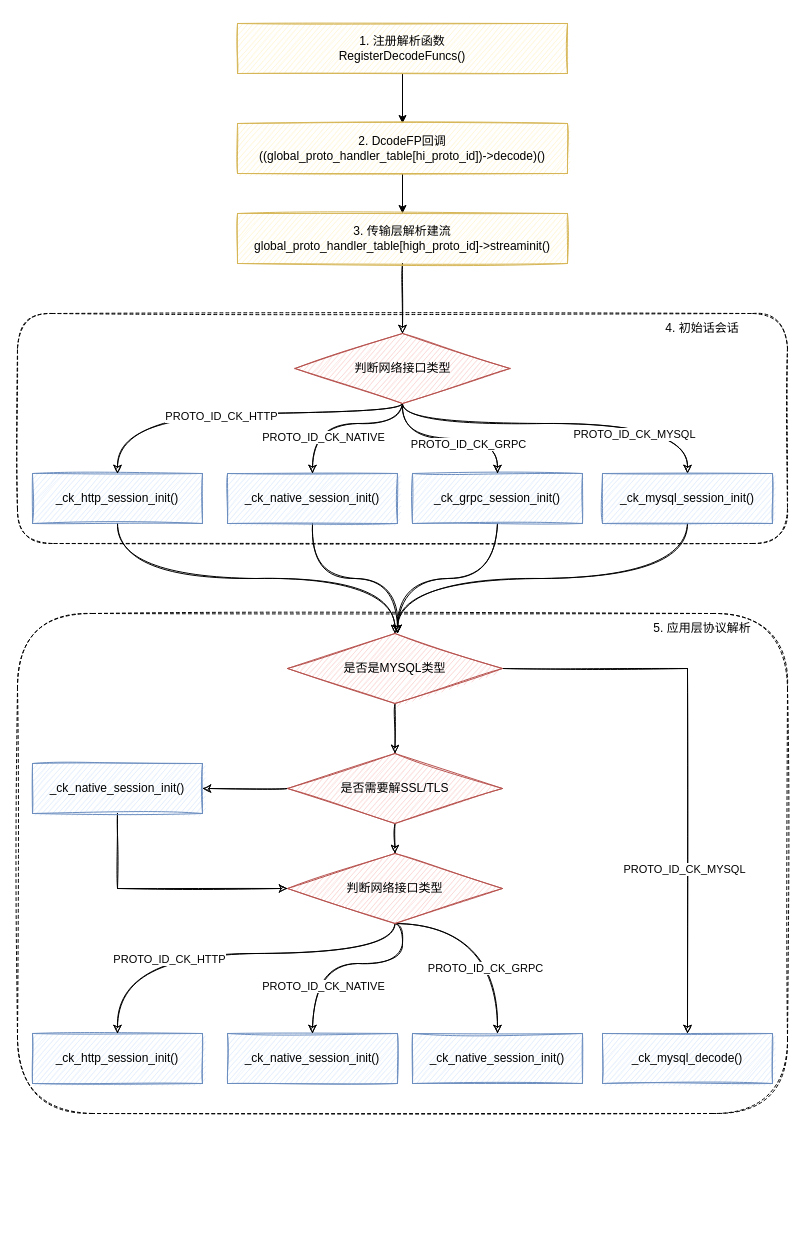
The draw.io diagram ck parse progess.drawio in leonce28/draw-io-img, before the edit. Source tidied: cells renumbered, new cells numbered last; positions are measured from the earlier drawing's top-left corner, leaving out a move shared by most shapes. Both pictures are drawn from the tidied source at 100%, with x=0, y=0 at pixel (17, 23).
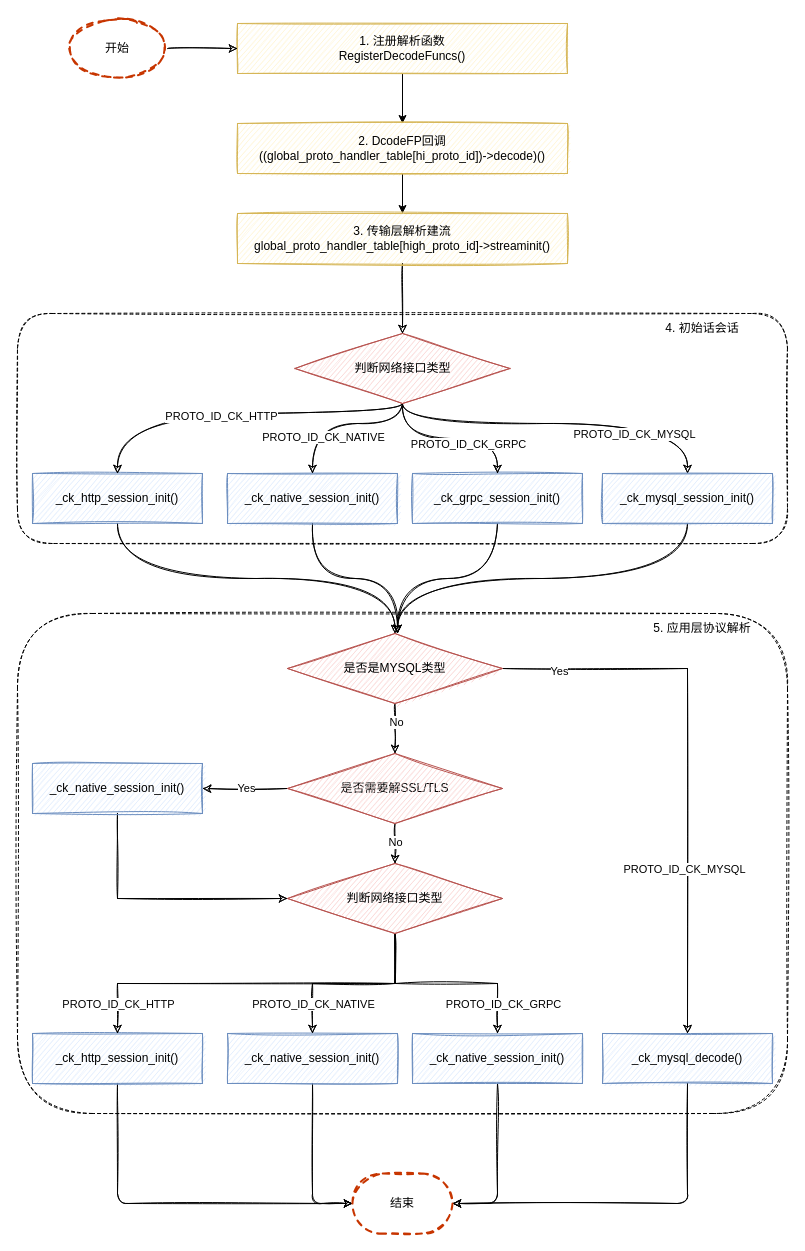
After the change.

The change refers to these unchanged cells:
```xml
<mxCell id="5" value="1. 注册解析函数&lt;br&gt;RegisterDecodeFuncs()" style="rounded=0;whiteSpace=wrap;html=1;fillStyle=auto;fillColor=#fff2cc;gradientDirection=north;sketch=1;strokeColor=#d6b656;" parent="1" vertex="1">
  <mxGeometry x="220" width="330" height="50" as="geometry" />
</mxCell>
<mxCell id="29" value="_ck_native_session_init()" style="rounded=0;whiteSpace=wrap;html=1;fillStyle=auto;fillColor=#dae8fc;gradientDirection=north;sketch=1;strokeColor=#6c8ebf;" parent="1" vertex="1">
  <mxGeometry x="210" y="1010" width="170" height="50" as="geometry" />
</mxCell>
<mxCell id="30" value="_ck_http_session_init()" style="rounded=0;whiteSpace=wrap;html=1;fillStyle=auto;fillColor=#dae8fc;gradientDirection=north;sketch=1;strokeColor=#6c8ebf;" parent="1" vertex="1">
  <mxGeometry x="15" y="1010" width="170" height="50" as="geometry" />
</mxCell>
<mxCell id="31" value="_ck_native_session_init()" style="rounded=0;whiteSpace=wrap;html=1;fillStyle=auto;fillColor=#dae8fc;gradientDirection=north;sketch=1;strokeColor=#6c8ebf;" parent="1" vertex="1">
  <mxGeometry x="395" y="1010" width="170" height="50" as="geometry" />
</mxCell>
<mxCell id="40" value="_ck_mysql_decode()" style="rounded=0;whiteSpace=wrap;html=1;fillStyle=auto;fillColor=#dae8fc;gradientDirection=north;sketch=1;strokeColor=#6c8ebf;" parent="1" vertex="1">
  <mxGeometry x="585" y="1010" width="170" height="50" as="geometry" />
</mxCell>
<mxCell id="42" style="edgeStyle=orthogonalEdgeStyle;sketch=1;jettySize=auto;html=1;exitX=1;exitY=0.5;exitDx=0;exitDy=0;entryX=0.5;entryY=0;entryDx=0;entryDy=0;fontColor=#000000;rounded=0;labelBorderColor=none;fillColor=#d5e8d4;strokeColor=#000000;" parent="1" edge="1" source="45" target="40">
  <mxGeometry relative="1" as="geometry" />
</mxCell>
<mxCell id="45" style="rhombus;whiteSpace=wrap;html=1;fillStyle=auto;strokeColor=#b85450;fillColor=#f8cecc;sketch=1;labelBorderColor=#19750F;" parent="1" vertex="1">
  <mxGeometry x="270" y="610" width="215" height="70" as="geometry" />
</mxCell>
<mxCell id="48" value="_ck_native_session_init()" style="rounded=0;whiteSpace=wrap;html=1;fillStyle=auto;fillColor=#dae8fc;gradientDirection=north;sketch=1;strokeColor=#6c8ebf;" parent="1" vertex="1">
  <mxGeometry x="15" y="740" width="170" height="50" as="geometry" />
</mxCell>
<mxCell id="51" style="rhombus;whiteSpace=wrap;html=1;fillStyle=auto;strokeColor=#b85450;fillColor=#f8cecc;sketch=1;labelBorderColor=#19750F;" parent="1" vertex="1">
  <mxGeometry x="270" y="730" width="215" height="70" as="geometry" />
</mxCell>
```

The edit, as a diff of the source:
```diff
@@
+    <mxCell id="53" style="edgeStyle=orthogonalEdgeStyle;sketch=1;jettySize=auto;html=1;exitX=0.5;exitY=1;exitDx=0;exitDy=0;entryX=0;entryY=0.5;entryDx=0;entryDy=0;entryPerimeter=0;labelBorderColor=none;fontColor=#000000;strokeColor=#000000;rounded=1;" parent="1" edge="1" source="29" target="63">
+      <mxGeometry relative="1" as="geometry" />
+    </mxCell>
@@
+    <mxCell id="54" style="edgeStyle=orthogonalEdgeStyle;sketch=1;jettySize=auto;html=1;exitX=0.5;exitY=1;exitDx=0;exitDy=0;entryX=0;entryY=0.5;entryDx=0;entryDy=0;entryPerimeter=0;labelBorderColor=none;fontColor=#000000;strokeColor=#000000;rounded=1;" parent="1" edge="1" source="30" target="63">
+      <mxGeometry relative="1" as="geometry" />
+    </mxCell>
@@
+    <mxCell id="55" style="edgeStyle=orthogonalEdgeStyle;sketch=1;jettySize=auto;html=1;exitX=0.5;exitY=1;exitDx=0;exitDy=0;entryX=1;entryY=0.5;entryDx=0;entryDy=0;entryPerimeter=0;labelBorderColor=none;fontColor=#000000;strokeColor=#000000;rounded=1;" parent="1" edge="1" source="31" target="63">
+      <mxGeometry relative="1" as="geometry" />
+    </mxCell>
@@
+    <mxCell id="36" style="edgeStyle=orthogonalEdgeStyle;sketch=1;jettySize=auto;html=1;exitX=0.5;exitY=1;exitDx=0;exitDy=0;entryX=0.5;entryY=0;entryDx=0;entryDy=0;fontColor=#19750F;labelBorderColor=#19750F;fillColor=#d5e8d4;strokeColor=#000000;rounded=0;" parent="1" edge="1" source="38" target="30">
+      <mxGeometry relative="1" as="geometry">
+        <Array as="points">
+          <mxPoint x="378" y="960" />
+          <mxPoint x="100" y="960" />
+        </Array>
+      </mxGeometry>
+    </mxCell>
+    <mxCell id="37" value="PROTO_ID_CK_HTTP" style="edgeLabel;html=1;align=center;verticalAlign=middle;fontColor=#000000;labelBorderColor=none;" parent="36" vertex="1">
+      <mxGeometry x="0.32" y="5" relative="1" as="geometry">
+        <mxPoint x="-78" y="15" as="offset" />
+      </mxGeometry>
+    </mxCell>
+    <mxCell id="34" style="edgeStyle=orthogonalEdgeStyle;rounded=0;sketch=1;jettySize=auto;html=1;exitX=0.5;exitY=1;exitDx=0;exitDy=0;entryX=0.5;entryY=0;entryDx=0;entryDy=0;labelBorderColor=none;fontColor=#000000;strokeColor=#000000;" parent="1" edge="1" source="38" target="31">
+      <mxGeometry relative="1" as="geometry" />
+    </mxCell>
+    <mxCell id="35" value="PROTO_ID_CK_GRPC" style="edgeLabel;html=1;align=center;verticalAlign=middle;fontColor=#000000;" parent="34" vertex="1">
+      <mxGeometry x="0.14" y="-4" relative="1" as="geometry">
+        <mxPoint x="43" y="16" as="offset" />
+      </mxGeometry>
+    </mxCell>
-    <mxCell id="32" style="edgeStyle=orthogonalEdgeStyle;jettySize=auto;html=1;exitX=0.5;exitY=1;exitDx=0;exitDy=0;entryX=0.5;entryY=0;entryDx=0;entryDy=0;sketch=1;fillColor=#d5e8d4;strokeColor=#000000;curved=1;fontColor=#19750F;labelBorderColor=#19750F;" parent="1" edge="1" source="38" target="29">
-      <mxGeometry relative="1" as="geometry">
-        <Array as="points">
-          <mxPoint x="385" y="900" />
-          <mxPoint x="385" y="940" />
-          <mxPoint x="295" y="940" />
-        </Array>
-      </mxGeometry>
+    <mxCell id="32" style="edgeStyle=orthogonalEdgeStyle;rounded=0;sketch=1;jettySize=auto;html=1;exitX=0.5;exitY=1;exitDx=0;exitDy=0;entryX=0.5;entryY=0;entryDx=0;entryDy=0;labelBorderColor=none;fontColor=#000000;strokeColor=#000000;" parent="1" edge="1" source="38" target="29">
+      <mxGeometry relative="1" as="geometry" />
     </mxCell>
-    <mxCell id="33" value="PROTO_ID_CK_NATIVE" style="edgeLabel;html=1;align=center;verticalAlign=middle;fontColor=#000000;labelBorderColor=none;" parent="32" vertex="1">
-      <mxGeometry x="0.54" y="10" relative="1" as="geometry" />
+    <mxCell id="33" value="PROTO_ID_CK_NATIVE" style="edgeLabel;html=1;align=center;verticalAlign=middle;fontColor=#000000;" parent="32" vertex="1">
+      <mxGeometry x="0.37" relative="1" as="geometry">
+        <mxPoint x="-7" y="20" as="offset" />
+      </mxGeometry>
     </mxCell>
-    <mxCell id="34" style="edgeStyle=orthogonalEdgeStyle;jettySize=auto;html=1;exitX=0.5;exitY=1;exitDx=0;exitDy=0;entryX=0.5;entryY=0;entryDx=0;entryDy=0;sketch=1;fillColor=#d5e8d4;strokeColor=#000000;curved=1;fontColor=#19750F;labelBorderColor=#19750F;" parent="1" edge="1" source="38" target="31">
-      <mxGeometry relative="1" as="geometry">
-        <Array as="points">
-          <mxPoint x="480" y="900" />
-        </Array>
-      </mxGeometry>
-    </mxCell>
-    <mxCell id="35" value="PROTO_ID_CK_GRPC" style="edgeLabel;html=1;align=center;verticalAlign=middle;fontColor=#000000;labelBorderColor=none;" parent="34" vertex="1">
-      <mxGeometry x="0.37" y="-13" relative="1" as="geometry">
-        <mxPoint y="1" as="offset" />
-      </mxGeometry>
-    </mxCell>
-    <mxCell id="36" style="edgeStyle=orthogonalEdgeStyle;sketch=1;jettySize=auto;html=1;exitX=0.5;exitY=1;exitDx=0;exitDy=0;entryX=0.5;entryY=0;entryDx=0;entryDy=0;fontColor=#19750F;curved=1;labelBorderColor=#19750F;fillColor=#d5e8d4;strokeColor=#000000;" parent="1" edge="1" source="38" target="30">
-      <mxGeometry relative="1" as="geometry">
-        <Array as="points">
-          <mxPoint x="378" y="930" />
-          <mxPoint x="100" y="930" />
-        </Array>
-      </mxGeometry>
-    </mxCell>
-    <mxCell id="37" value="PROTO_ID_CK_HTTP" style="edgeLabel;html=1;align=center;verticalAlign=middle;fontColor=#000000;labelBorderColor=none;" parent="36" vertex="1">
-      <mxGeometry x="0.32" y="5" relative="1" as="geometry" />
-    </mxCell>
     <mxCell id="38" style="rhombus;whiteSpace=wrap;html=1;fillStyle=auto;strokeColor=#b85450;fillColor=#f8cecc;sketch=1;labelBorderColor=#19750F;" parent="1" vertex="1">
-      <mxGeometry x="270" y="830" width="215" height="70" as="geometry" />
+      <mxGeometry x="270" y="840" width="215" height="70" as="geometry" />
     </mxCell>
     <mxCell id="39" value="判断网络接口类型" style="text;html=1;strokeColor=none;fillColor=none;align=center;verticalAlign=middle;whiteSpace=wrap;rounded=0;fillStyle=auto;sketch=1;labelBorderColor=none;" parent="1" vertex="1">
-      <mxGeometry x="321.2" y="850" width="112.5" height="30" as="geometry" />
+      <mxGeometry x="321.2" y="860" width="112.5" height="30" as="geometry" />
     </mxCell>
+    <mxCell id="56" style="edgeStyle=orthogonalEdgeStyle;sketch=1;jettySize=auto;html=1;exitX=0.5;exitY=1;exitDx=0;exitDy=0;entryX=1;entryY=0.5;entryDx=0;entryDy=0;entryPerimeter=0;labelBorderColor=none;fontColor=#000000;strokeColor=#000000;rounded=1;" parent="1" edge="1" source="40" target="63">
+      <mxGeometry relative="1" as="geometry" />
+    </mxCell>
@@
+    <mxCell id="57" value="Yes" style="edgeLabel;html=1;align=center;verticalAlign=middle;fontColor=#000000;" parent="42" vertex="1">
+      <mxGeometry x="-0.8" y="-1" relative="1" as="geometry">
+        <mxPoint x="1" y="1" as="offset" />
+      </mxGeometry>
+    </mxCell>
-    <mxCell id="44" style="edgeStyle=orthogonalEdgeStyle;sketch=1;jettySize=auto;html=1;exitX=0.5;exitY=1;exitDx=0;exitDy=0;fontColor=#19750F;rounded=0;labelBorderColor=#19750F;fillColor=#d5e8d4;strokeColor=#000000;" parent="1" edge="1" source="45" target="51">
-      <mxGeometry relative="1" as="geometry" />
+    <mxCell id="44" style="edgeStyle=orthogonalEdgeStyle;sketch=1;jettySize=auto;html=1;exitX=0.5;exitY=1;exitDx=0;exitDy=0;fontColor=#19750F;rounded=0;labelBorderColor=#19750F;fillColor=#d5e8d4;strokeColor=#000000;" parent="1" edge="1" source="45">
+      <mxGeometry relative="1" as="geometry">
+        <mxPoint x="377.5" y="730" as="targetPoint" />
+      </mxGeometry>
     </mxCell>
+    <mxCell id="58" value="No" style="edgeLabel;html=1;align=center;verticalAlign=middle;fontColor=#000000;" parent="44" vertex="1">
+      <mxGeometry x="-0.3" y="1" relative="1" as="geometry" />
+    </mxCell>
@@
-    <mxCell id="49" style="edgeStyle=orthogonalEdgeStyle;curved=1;sketch=1;jettySize=auto;html=1;exitX=0;exitY=0.5;exitDx=0;exitDy=0;fontColor=#19750F;labelBorderColor=#19750F;fillColor=#d5e8d4;strokeColor=#000000;" parent="1" edge="1" source="51" target="48">
-      <mxGeometry relative="1" as="geometry" />
+    <mxCell id="49" style="edgeStyle=orthogonalEdgeStyle;curved=1;sketch=1;jettySize=auto;html=1;exitX=0;exitY=0.5;exitDx=0;exitDy=0;fontColor=#19750F;labelBorderColor=#19750F;fillColor=#d5e8d4;strokeColor=#000000;" parent="1" edge="1" target="48">
+      <mxGeometry relative="1" as="geometry">
+        <mxPoint x="270" y="765" as="sourcePoint" />
+      </mxGeometry>
     </mxCell>
+    <mxCell id="59" value="Yes" style="edgeLabel;html=1;align=center;verticalAlign=middle;fontColor=#000000;" parent="49" vertex="1">
+      <mxGeometry x="-0.02" y="-1" relative="1" as="geometry">
+        <mxPoint x="1" as="offset" />
+      </mxGeometry>
+    </mxCell>
-    <mxCell id="50" style="edgeStyle=orthogonalEdgeStyle;sketch=1;jettySize=auto;html=1;exitX=0.5;exitY=1;exitDx=0;exitDy=0;entryX=0.5;entryY=0;entryDx=0;entryDy=0;fontColor=#19750F;rounded=0;labelBorderColor=#19750F;fillColor=#d5e8d4;strokeColor=#000000;" parent="1" edge="1" source="51" target="38">
-      <mxGeometry relative="1" as="geometry" />
+    <mxCell id="50" style="edgeStyle=orthogonalEdgeStyle;sketch=1;jettySize=auto;html=1;exitX=0.5;exitY=1;exitDx=0;exitDy=0;entryX=0.5;entryY=0;entryDx=0;entryDy=0;fontColor=#19750F;rounded=0;labelBorderColor=#19750F;fillColor=#d5e8d4;strokeColor=#000000;" parent="1" edge="1" target="38">
+      <mxGeometry relative="1" as="geometry">
+        <mxPoint x="377.5" y="800" as="sourcePoint" />
+      </mxGeometry>
     </mxCell>
+    <mxCell id="60" value="No" style="edgeLabel;html=1;align=center;verticalAlign=middle;fontColor=#000000;" parent="50" vertex="1">
+      <mxGeometry x="-0.07" relative="1" as="geometry" />
+    </mxCell>
+    <mxCell id="52" value="是否需要解SSL/TLS" style="text;html=1;strokeColor=none;fillColor=none;align=center;verticalAlign=middle;whiteSpace=wrap;rounded=0;shadow=0;glass=0;dashed=1;sketch=1;fillStyle=auto;labelBorderColor=none;" parent="1" vertex="1">
+      <mxGeometry x="321.2" y="750" width="112.5" height="30" as="geometry" />
+    </mxCell>
+    <mxCell id="61" style="edgeStyle=orthogonalEdgeStyle;curved=1;sketch=1;jettySize=auto;html=1;exitX=1;exitY=0.5;exitDx=0;exitDy=0;exitPerimeter=0;labelBorderColor=none;fontColor=#000000;strokeColor=#000000;" parent="1" edge="1" source="62" target="5">
+      <mxGeometry relative="1" as="geometry" />
+    </mxCell>
+    <mxCell id="62" value="开始" style="strokeWidth=2;html=1;shape=mxgraph.flowchart.start_1;whiteSpace=wrap;rounded=1;shadow=0;glass=0;dashed=1;labelBorderColor=none;sketch=1;fillStyle=auto;fontColor=#000000;fillColor=none;strokeColor=#C73500;gradientColor=none;gradientDirection=radial;" parent="1" vertex="1">
+      <mxGeometry x="50" y="-5" width="100" height="60" as="geometry" />
+    </mxCell>
+    <mxCell id="63" value="结束" style="strokeWidth=2;html=1;shape=mxgraph.flowchart.terminator;whiteSpace=wrap;rounded=1;shadow=0;glass=0;dashed=1;labelBorderColor=none;sketch=1;fillStyle=auto;fillColor=none;strokeColor=#C73500;fontColor=#000000;gradientColor=none;gradientDirection=radial;" parent="1" vertex="1">
+      <mxGeometry x="335" y="1150" width="100" height="60" as="geometry" />
+    </mxCell>
@@
-    <mxCell id="52" value="是否需要解SSL/TLS" style="text;html=1;strokeColor=none;fillColor=none;align=center;verticalAlign=middle;whiteSpace=wrap;rounded=0;shadow=0;glass=0;dashed=1;sketch=1;fillStyle=auto;labelBorderColor=none;" parent="1" vertex="1">
-      <mxGeometry x="321.2" y="750" width="112.5" height="30" as="geometry" />
-    </mxCell>
```
